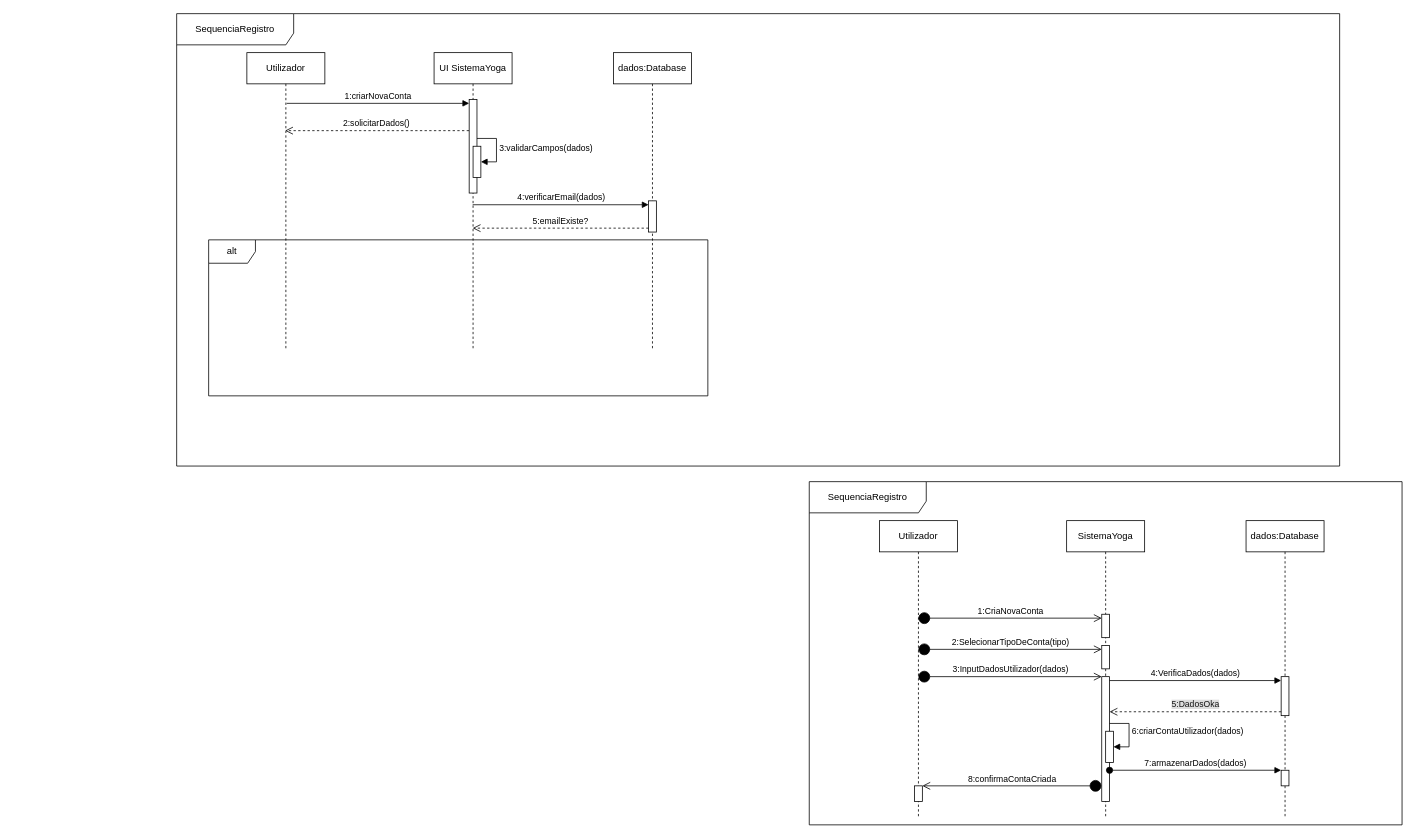
Before: page "Sequencia" (4 of 4) of Diagramas UML.drawio in Esmael285/TecWeb26, a draw.io diagram. Source tidied: cells renumbered, new cells numbered last; positions are measured from the earlier drawing's top-left corner, leaving out a move shared by most shapes. Both pictures are drawn from the tidied source at 78%, with x=0, y=0 at pixel (176, 13).
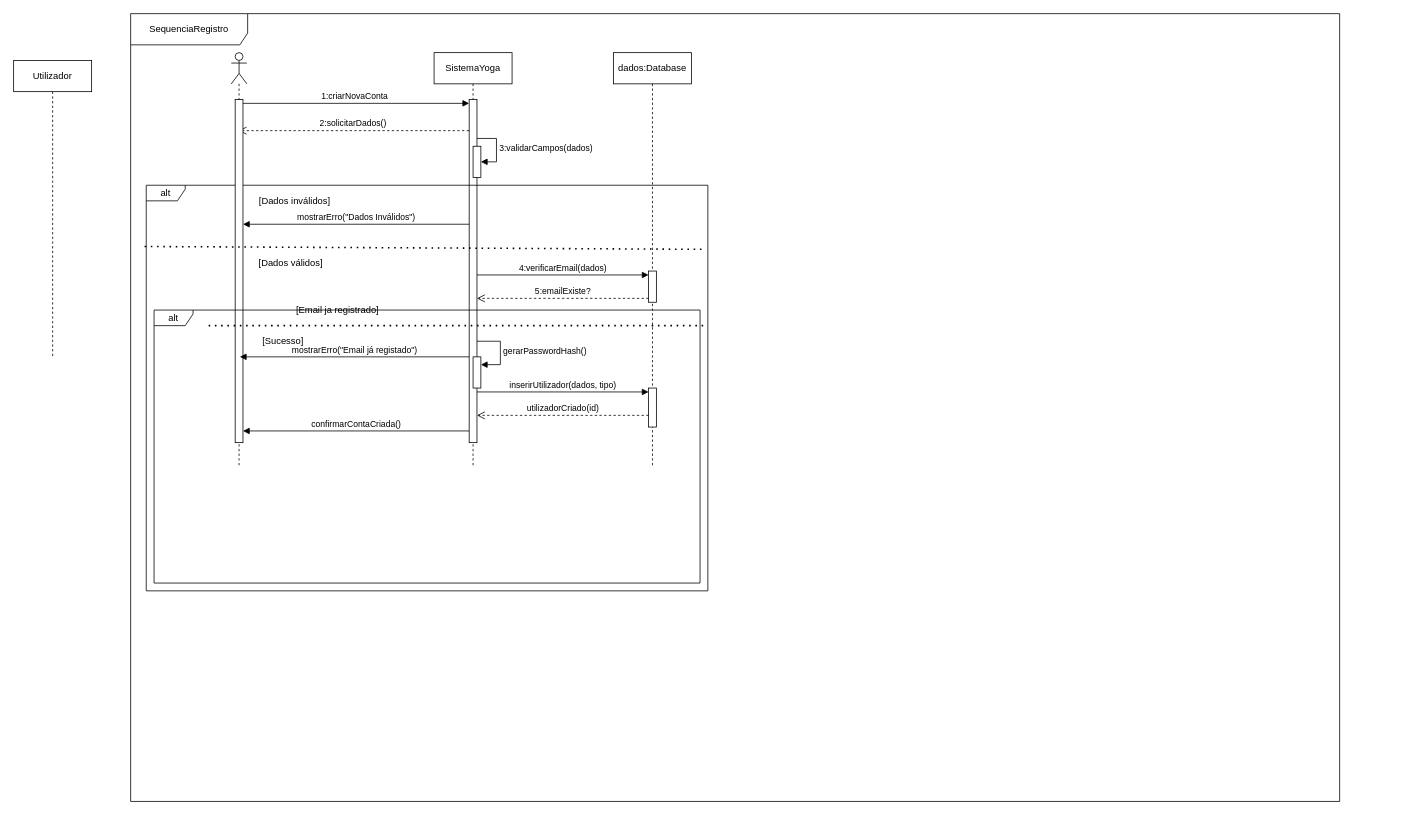
Above is the later version.

Diff of the diagram source:
```diff
@@
     <mxCell id="2" value="SequenciaRegistro" style="shape=umlFrame;whiteSpace=wrap;html=1;width=150;height=40;" parent="1" vertex="1">
-      <mxGeometry width="1491" height="580" as="geometry" />
+      <mxGeometry x="-59" width="1550" height="1010" as="geometry" />
     </mxCell>
     <mxCell id="3" value="Utilizador" style="shape=umlLifeline;perimeter=lifelinePerimeter;whiteSpace=wrap;html=1;newEdgeStyle={&quot;curved&quot;:0,&quot;rounded&quot;:0};" parent="1" vertex="1">
-      <mxGeometry x="90" y="50" width="100" height="380" as="geometry" />
+      <mxGeometry x="-209" y="60" width="100" height="380" as="geometry" />
     </mxCell>
-    <mxCell id="4" value="UI SistemaYoga" style="shape=umlLifeline;perimeter=lifelinePerimeter;whiteSpace=wrap;html=1;outlineConnect=0;portConstraint=eastwest;newEdgeStyle={&quot;curved&quot;:0,&quot;rounded&quot;:0};" parent="1" vertex="1">
-      <mxGeometry x="330" y="50" width="100" height="380" as="geometry" />
+    <mxCell id="4" value="SistemaYoga" style="shape=umlLifeline;perimeter=lifelinePerimeter;whiteSpace=wrap;html=1;outlineConnect=0;portConstraint=eastwest;newEdgeStyle={&quot;curved&quot;:0,&quot;rounded&quot;:0};" parent="1" vertex="1">
+      <mxGeometry x="330" y="50" width="100" height="530" as="geometry" />
     </mxCell>
     <mxCell id="5" style="html=1;points=[[0,0,0,0,5],[0,1,0,0,-5],[1,0,0,0,5],[1,1,0,0,-5]];perimeter=orthogonalPerimeter;outlineConnect=0;targetShapes=umlLifeline;portConstraint=eastwest;newEdgeStyle={&quot;curved&quot;:0,&quot;rounded&quot;:0};" parent="4" vertex="1">
-      <mxGeometry x="45" y="60" width="10" height="120" as="geometry" />
+      <mxGeometry x="45" y="60" width="10" height="440" as="geometry" />
     </mxCell>
@@
+    <mxCell id="34" style="html=1;points=[[0,0,0,0,5],[0,1,0,0,-5],[1,0,0,0,5],[1,1,0,0,-5]];perimeter=orthogonalPerimeter;outlineConnect=0;targetShapes=umlLifeline;portConstraint=eastwest;newEdgeStyle={&quot;curved&quot;:0,&quot;rounded&quot;:0};" parent="4" vertex="1">
+      <mxGeometry x="50" y="390" width="10" height="40" as="geometry" />
+    </mxCell>
+    <mxCell id="35" value="gerarPasswordHash()" style="html=1;align=left;spacingLeft=2;endArrow=block;rounded=0;edgeStyle=orthogonalEdgeStyle;curved=0;rounded=0;" parent="4" edge="1" target="34">
+      <mxGeometry relative="1" as="geometry">
+        <mxPoint x="55" y="370" as="sourcePoint" />
+        <Array as="points">
+          <mxPoint x="85" y="400" />
+        </Array>
+      </mxGeometry>
+    </mxCell>
     <mxCell id="8" value="dados:Database" style="shape=umlLifeline;perimeter=lifelinePerimeter;whiteSpace=wrap;html=1;newEdgeStyle={&quot;curved&quot;:0,&quot;rounded&quot;:0};" parent="1" vertex="1">
-      <mxGeometry x="560" y="50" width="100" height="380" as="geometry" />
+      <mxGeometry x="560" y="50" width="100" height="530" as="geometry" />
     </mxCell>
     <mxCell id="9" style="html=1;points=[[0,0,0,0,5],[0,1,0,0,-5],[1,0,0,0,5],[1,1,0,0,-5]];perimeter=orthogonalPerimeter;outlineConnect=0;targetShapes=umlLifeline;portConstraint=eastwest;newEdgeStyle={&quot;curved&quot;:0,&quot;rounded&quot;:0};" parent="8" vertex="1">
-      <mxGeometry x="45" y="190" width="10" height="40" as="geometry" />
+      <mxGeometry x="45" y="280" width="10" height="40" as="geometry" />
     </mxCell>
-    <mxCell id="10" value="SequenciaRegistro" style="shape=umlFrame;whiteSpace=wrap;html=1;width=150;height=40;" parent="1" vertex="1">
-      <mxGeometry x="811" y="600" width="760" height="440" as="geometry" />
-    </mxCell>
-    <mxCell id="11" value="Utilizador" style="shape=umlLifeline;perimeter=lifelinePerimeter;whiteSpace=wrap;html=1;outlineConnect=0;portConstraint=eastwest;newEdgeStyle={&quot;curved&quot;:0,&quot;rounded&quot;:0};" parent="1" vertex="1">
-      <mxGeometry x="901" y="650" width="100" height="380" as="geometry" />
-    </mxCell>
-    <mxCell id="12" style="html=1;points=[[0,0,0,0,5],[0,1,0,0,-5],[1,0,0,0,5],[1,1,0,0,-5]];perimeter=orthogonalPerimeter;outlineConnect=0;targetShapes=umlLifeline;portConstraint=eastwest;newEdgeStyle={&quot;curved&quot;:0,&quot;rounded&quot;:0};" parent="11" vertex="1">
-      <mxGeometry x="45" y="340" width="10" height="20" as="geometry" />
-    </mxCell>
-    <mxCell id="13" value="SistemaYoga" style="shape=umlLifeline;perimeter=lifelinePerimeter;whiteSpace=wrap;html=1;newEdgeStyle={&quot;curved&quot;:0,&quot;rounded&quot;:0};" parent="1" vertex="1">
-      <mxGeometry x="1141" y="650" width="100" height="380" as="geometry" />
-    </mxCell>
-    <mxCell id="14" value="6:criarContaUtilizador(dados)" style="html=1;align=left;spacingLeft=2;endArrow=block;rounded=0;edgeStyle=orthogonalEdgeStyle;curved=0;rounded=0;" parent="13" edge="1" target="18">
-      <mxGeometry relative="1" as="geometry">
-        <mxPoint x="50" y="260" as="sourcePoint" />
-        <Array as="points">
-          <mxPoint x="80" y="290" />
-        </Array>
-      </mxGeometry>
-    </mxCell>
-    <mxCell id="15" style="html=1;points=[[0,0,0,0,5],[0,1,0,0,-5],[1,0,0,0,5],[1,1,0,0,-5]];perimeter=orthogonalPerimeter;outlineConnect=0;targetShapes=umlLifeline;portConstraint=eastwest;newEdgeStyle={&quot;curved&quot;:0,&quot;rounded&quot;:0};" parent="13" vertex="1">
-      <mxGeometry x="45" y="120" width="10" height="30" as="geometry" />
-    </mxCell>
-    <mxCell id="16" style="html=1;points=[[0,0,0,0,5],[0,1,0,0,-5],[1,0,0,0,5],[1,1,0,0,-5]];perimeter=orthogonalPerimeter;outlineConnect=0;targetShapes=umlLifeline;portConstraint=eastwest;newEdgeStyle={&quot;curved&quot;:0,&quot;rounded&quot;:0};" parent="13" vertex="1">
-      <mxGeometry x="45" y="160" width="10" height="30" as="geometry" />
-    </mxCell>
-    <mxCell id="17" style="html=1;points=[[0,0,0,0,5],[0,1,0,0,-5],[1,0,0,0,5],[1,1,0,0,-5]];perimeter=orthogonalPerimeter;outlineConnect=0;targetShapes=umlLifeline;portConstraint=eastwest;newEdgeStyle={&quot;curved&quot;:0,&quot;rounded&quot;:0};" parent="13" vertex="1">
-      <mxGeometry x="45" y="200" width="10" height="160" as="geometry" />
-    </mxCell>
-    <mxCell id="18" style="html=1;points=[[0,0,0,0,5],[0,1,0,0,-5],[1,0,0,0,5],[1,1,0,0,-5]];perimeter=orthogonalPerimeter;outlineConnect=0;targetShapes=umlLifeline;portConstraint=eastwest;newEdgeStyle={&quot;curved&quot;:0,&quot;rounded&quot;:0};fillColor=light-dark(#FFFFFF,#FFFFFF);" parent="13" vertex="1">
-      <mxGeometry x="50" y="270" width="10" height="40" as="geometry" />
-    </mxCell>
-    <mxCell id="19" value="dados:Database" style="shape=umlLifeline;perimeter=lifelinePerimeter;whiteSpace=wrap;html=1;newEdgeStyle={&quot;curved&quot;:0,&quot;rounded&quot;:0};" parent="1" vertex="1">
-      <mxGeometry x="1371" y="650" width="100" height="380" as="geometry" />
-    </mxCell>
-    <mxCell id="20" style="html=1;points=[[0,0,0,0,5],[0,1,0,0,-5],[1,0,0,0,5],[1,1,0,0,-5]];perimeter=orthogonalPerimeter;outlineConnect=0;targetShapes=umlLifeline;portConstraint=eastwest;newEdgeStyle={&quot;curved&quot;:0,&quot;rounded&quot;:0};" parent="19" vertex="1">
-      <mxGeometry x="45" y="320" width="10" height="20" as="geometry" />
-    </mxCell>
-    <mxCell id="21" style="html=1;points=[[0,0,0,0,5],[0,1,0,0,-5],[1,0,0,0,5],[1,1,0,0,-5]];perimeter=orthogonalPerimeter;outlineConnect=0;targetShapes=umlLifeline;portConstraint=eastwest;newEdgeStyle={&quot;curved&quot;:0,&quot;rounded&quot;:0};" parent="19" vertex="1">
-      <mxGeometry x="45" y="200" width="10" height="50" as="geometry" />
-    </mxCell>
-    <mxCell id="22" value="7:armazenarDados(dados)" style="html=1;verticalAlign=bottom;startArrow=oval;startFill=1;endArrow=block;startSize=8;curved=0;rounded=0;" parent="1" edge="1" target="20">
-      <mxGeometry relative="1" as="geometry">
-        <mxPoint x="1196" y="970" as="sourcePoint" />
-      </mxGeometry>
-    </mxCell>
-    <mxCell id="23" value="&lt;span style=&quot;text-align: left;&quot;&gt;4:VerificaDados(dados)&lt;/span&gt;" style="html=1;verticalAlign=bottom;endArrow=block;curved=0;rounded=0;entryX=0;entryY=0;entryDx=0;entryDy=5;" parent="1" edge="1" target="21">
-      <mxGeometry relative="1" as="geometry">
-        <mxPoint x="1196" y="855" as="sourcePoint" />
-      </mxGeometry>
-    </mxCell>
-    <mxCell id="24" value="&lt;span style=&quot;caret-color: rgb(18, 18, 18); color: rgb(18, 18, 18); background-color: rgb(222, 222, 222);&quot;&gt;5:DadosOka&lt;/span&gt;" style="html=1;verticalAlign=bottom;endArrow=open;dashed=1;endSize=8;curved=0;rounded=0;exitX=0;exitY=1;exitDx=0;exitDy=-5;" parent="1" edge="1" source="21">
-      <mxGeometry relative="1" as="geometry">
-        <mxPoint x="1196" y="895" as="targetPoint" />
-      </mxGeometry>
-    </mxCell>
-    <mxCell id="25" value="8:confirmaContaCriada" style="html=1;verticalAlign=bottom;startArrow=circle;startFill=1;endArrow=open;startSize=6;endSize=8;curved=0;rounded=0;" parent="1" edge="1" source="17" target="12">
-      <mxGeometry relative="1" as="geometry" />
-    </mxCell>
-    <mxCell id="26" value="2:SelecionarTipoDeConta(tipo)" style="html=1;verticalAlign=bottom;startArrow=circle;startFill=1;endArrow=open;startSize=6;endSize=8;curved=0;rounded=0;entryX=0;entryY=0;entryDx=0;entryDy=5;entryPerimeter=0;" parent="1" edge="1" source="11" target="16">
-      <mxGeometry relative="1" as="geometry" />
-    </mxCell>
-    <mxCell id="27" value="1:CriaNovaConta" style="html=1;verticalAlign=bottom;startArrow=circle;startFill=1;endArrow=open;startSize=6;endSize=8;curved=0;rounded=0;entryX=0;entryY=0;entryDx=0;entryDy=5;entryPerimeter=0;" parent="1" edge="1" source="11" target="15">
-      <mxGeometry relative="1" as="geometry" />
-    </mxCell>
-    <mxCell id="28" value="3:InputDadosUtilizador(dados)" style="html=1;verticalAlign=bottom;startArrow=circle;startFill=1;endArrow=open;startSize=6;endSize=8;curved=0;rounded=0;" parent="1" edge="1" source="11" target="17">
-      <mxGeometry relative="1" as="geometry" />
-    </mxCell>
+    <mxCell id="36" style="html=1;points=[[0,0,0,0,5],[0,1,0,0,-5],[1,0,0,0,5],[1,1,0,0,-5]];perimeter=orthogonalPerimeter;outlineConnect=0;targetShapes=umlLifeline;portConstraint=eastwest;newEdgeStyle={&quot;curved&quot;:0,&quot;rounded&quot;:0};" parent="8" vertex="1">
+      <mxGeometry x="45" y="430" width="10" height="50" as="geometry" />
+    </mxCell>
-    <mxCell id="29" value="1:criarNovaConta" style="html=1;verticalAlign=bottom;endArrow=block;curved=0;rounded=0;entryX=0;entryY=0;entryDx=0;entryDy=5;" parent="1" edge="1" target="5">
-      <mxGeometry relative="1" as="geometry">
-        <mxPoint x="141" y="115" as="sourcePoint" />
-      </mxGeometry>
+    <mxCell id="29" value="1:criarNovaConta" style="html=1;verticalAlign=bottom;endArrow=block;curved=0;rounded=0;entryX=0;entryY=0;entryDx=0;entryDy=5;" parent="1" edge="1" source="37" target="5">
+      <mxGeometry relative="1" as="geometry" />
     </mxCell>
-    <mxCell id="30" value="2:solicitarDados()" style="html=1;verticalAlign=bottom;endArrow=open;dashed=1;endSize=8;curved=0;rounded=0;exitX=0;exitY=1;exitDx=0;exitDy=-5;" parent="1" edge="1">
+    <mxCell id="30" value="2:solicitarDados()" style="html=1;verticalAlign=bottom;endArrow=open;dashed=1;endSize=8;curved=0;rounded=0;exitX=0;exitY=1;exitDx=0;exitDy=-5;" parent="1" edge="1" target="37">
       <mxGeometry x="0.01" relative="1" as="geometry">
         <mxPoint x="374.8" y="150" as="sourcePoint" />
-        <mxPoint x="139" y="150" as="targetPoint" />
       </mxGeometry>
     </mxCell>
-    <mxCell id="31" value="4:verificarEmail(dados)" style="html=1;verticalAlign=bottom;endArrow=block;curved=0;rounded=0;entryX=0;entryY=0;entryDx=0;entryDy=5;" parent="1" edge="1" source="4" target="9">
+    <mxCell id="31" value="4:verificarEmail(dados)" style="html=1;verticalAlign=bottom;endArrow=block;curved=0;rounded=0;entryX=0;entryY=0;entryDx=0;entryDy=5;" parent="1" edge="1" source="5" target="9">
       <mxGeometry relative="1" as="geometry" />
     </mxCell>
-    <mxCell id="32" value="5:emailExiste?" style="html=1;verticalAlign=bottom;endArrow=open;dashed=1;endSize=8;curved=0;rounded=0;exitX=0;exitY=1;exitDx=0;exitDy=-5;exitPerimeter=0;" parent="1" edge="1" source="9" target="4">
+    <mxCell id="32" value="5:emailExiste?" style="html=1;verticalAlign=bottom;endArrow=open;dashed=1;endSize=8;curved=0;rounded=0;exitX=0;exitY=1;exitDx=0;exitDy=-5;exitPerimeter=0;" parent="1" edge="1" source="9" target="5">
       <mxGeometry relative="1" as="geometry" />
     </mxCell>
-    <mxCell id="33" value="alt" style="shape=umlFrame;whiteSpace=wrap;html=1;" parent="1" vertex="1">
-      <mxGeometry x="41" y="290" width="640" height="200" as="geometry" />
+    <mxCell id="33" value="alt" style="shape=umlFrame;whiteSpace=wrap;html=1;width=50;height=20;" parent="1" vertex="1">
+      <mxGeometry x="-39" y="220" width="720" height="520" as="geometry" />
     </mxCell>
+    <mxCell id="37" style="shape=umlLifeline;perimeter=lifelinePerimeter;whiteSpace=wrap;html=1;outlineConnect=0;portConstraint=eastwest;newEdgeStyle={&quot;curved&quot;:0,&quot;rounded&quot;:0};participant=umlActor;size=40;" parent="1" vertex="1">
+      <mxGeometry x="70" y="50" width="20" height="530" as="geometry" />
+    </mxCell>
+    <mxCell id="38" style="html=1;points=[[0,0,0,0,5],[0,1,0,0,-5],[1,0,0,0,5],[1,1,0,0,-5]];perimeter=orthogonalPerimeter;outlineConnect=0;targetShapes=umlLifeline;portConstraint=eastwest;newEdgeStyle={&quot;curved&quot;:0,&quot;rounded&quot;:0};" parent="37" vertex="1">
+      <mxGeometry x="5" y="60" width="10" height="440" as="geometry" />
+    </mxCell>
+    <mxCell id="39" value="[Dados inválidos]" style="text;html=1;whiteSpace=wrap;strokeColor=none;fillColor=none;align=center;verticalAlign=middle;rounded=0;" parent="1" vertex="1">
+      <mxGeometry x="95.5" y="230" width="111" height="20" as="geometry" />
+    </mxCell>
+    <mxCell id="40" value="mostrarErro(&quot;Dados Inválidos&quot;)" style="html=1;verticalAlign=bottom;endArrow=block;curved=0;rounded=0;" parent="1" edge="1" target="38">
+      <mxGeometry relative="1" as="geometry">
+        <mxPoint x="375" y="270" as="sourcePoint" />
+      </mxGeometry>
+    </mxCell>
+    <mxCell id="41" value="[Dados válidos]" style="text;html=1;whiteSpace=wrap;strokeColor=none;fillColor=none;align=center;verticalAlign=middle;rounded=0;" parent="1" vertex="1">
+      <mxGeometry x="91" y="310" width="111" height="20" as="geometry" />
+    </mxCell>
+    <mxCell id="42" value="mostrarErro(&quot;Email já registado&quot;)" style="html=1;verticalAlign=bottom;endArrow=block;curved=0;rounded=0;" parent="1" edge="1">
+      <mxGeometry relative="1" as="geometry">
+        <mxPoint x="375" y="440" as="sourcePoint" />
+        <mxPoint x="81" y="440" as="targetPoint" />
+      </mxGeometry>
+    </mxCell>
+    <mxCell id="43" style="endArrow=none;dashed=1;html=1;dashPattern=1 3;strokeWidth=2;rounded=0;entryX=0.995;entryY=0.158;entryDx=0;entryDy=0;entryPerimeter=0;exitX=-0.003;exitY=0.151;exitDx=0;exitDy=0;exitPerimeter=0;" parent="1" edge="1" source="33" target="33">
+      <mxGeometry relative="1" as="geometry" />
+    </mxCell>
+    <mxCell id="44" style="endArrow=none;dashed=1;html=1;dashPattern=1 3;strokeWidth=2;rounded=0;entryX=1;entryY=0.75;entryDx=0;entryDy=0;entryPerimeter=0;exitX=0;exitY=0.293;exitDx=0;exitDy=0;exitPerimeter=0;" parent="1" edge="1">
+      <mxGeometry relative="1" as="geometry">
+        <mxPoint x="41" y="400" as="sourcePoint" />
+        <mxPoint x="681" y="400" as="targetPoint" />
+      </mxGeometry>
+    </mxCell>
+    <mxCell id="45" value="[Sucesso]" style="text;html=1;whiteSpace=wrap;strokeColor=none;fillColor=none;align=center;verticalAlign=middle;rounded=0;" parent="1" vertex="1">
+      <mxGeometry x="81" y="410" width="111" height="20" as="geometry" />
+    </mxCell>
+    <mxCell id="46" value="inserirUtilizador(dados, tipo)" style="html=1;verticalAlign=bottom;endArrow=block;curved=0;rounded=0;entryX=0;entryY=0;entryDx=0;entryDy=5;" parent="1" edge="1" source="5" target="36">
+      <mxGeometry relative="1" as="geometry" />
+    </mxCell>
+    <mxCell id="47" value="utilizadorCriado(id)" style="html=1;verticalAlign=bottom;endArrow=open;dashed=1;endSize=8;curved=0;rounded=0;exitX=0;exitY=1;exitDx=0;exitDy=-5;" parent="1" edge="1">
+      <mxGeometry relative="1" as="geometry">
+        <mxPoint x="605" y="515" as="sourcePoint" />
+        <mxPoint x="385" y="515" as="targetPoint" />
+      </mxGeometry>
+    </mxCell>
+    <mxCell id="48" value="confirmarContaCriada()" style="html=1;verticalAlign=bottom;endArrow=block;curved=0;rounded=0;" parent="1" edge="1">
+      <mxGeometry relative="1" as="geometry">
+        <mxPoint x="375" y="535" as="sourcePoint" />
+        <mxPoint x="85" y="535" as="targetPoint" />
+      </mxGeometry>
+    </mxCell>
+    <mxCell id="49" value="alt" style="shape=umlFrame;whiteSpace=wrap;html=1;width=50;height=20;" parent="1" vertex="1">
+      <mxGeometry x="-29" y="380" width="700" height="350" as="geometry" />
+    </mxCell>
+    <mxCell id="50" value="[Email ja registrado]" style="text;html=1;whiteSpace=wrap;strokeColor=none;fillColor=none;align=center;verticalAlign=middle;rounded=0;" parent="1" vertex="1">
+      <mxGeometry x="151" y="370" width="111" height="20" as="geometry" />
+    </mxCell>
```
